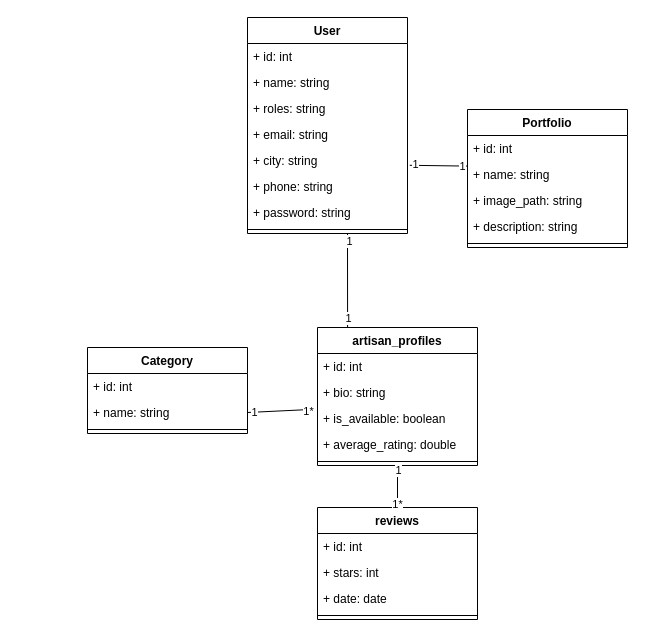
Above: diagrammes/Diagramme de classes.drawio in MohamedBoussouir/ArtisanConnect (draw.io), before the change. Source tidied: cells renumbered, new cells numbered last; positions are measured from the earlier drawing's top-left corner, leaving out a move shared by most shapes. Both pictures are drawn from the tidied source at 100%, with x=0, y=0 at pixel (87, 17).
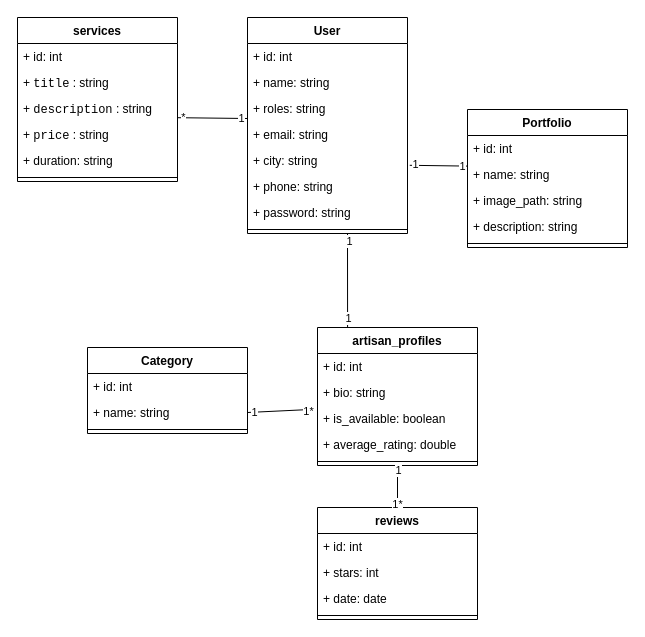
Above is the later version.

Diff of the diagram source:
```diff
@@
+    <mxCell id="44" value="services    " style="swimlane;fontStyle=1;align=center;verticalAlign=top;horizontal=1;startSize=26;whiteSpace=wrap;html=1;" parent="1" vertex="1">
+      <mxGeometry x="-70" width="160" height="164" as="geometry" />
+    </mxCell>
+    <mxCell id="45" value="+ id: int" style="text;strokeColor=none;fillColor=none;align=left;verticalAlign=top;spacingLeft=4;spacingRight=4;overflow=hidden;whiteSpace=wrap;html=1;" parent="44" vertex="1">
+      <mxGeometry y="26" width="160" height="26" as="geometry" />
+    </mxCell>
+    <mxCell id="46" value="+&amp;nbsp;&lt;code&gt;title&lt;/code&gt;&amp;nbsp;: string" style="text;strokeColor=none;fillColor=none;align=left;verticalAlign=top;spacingLeft=4;spacingRight=4;overflow=hidden;whiteSpace=wrap;html=1;" parent="44" vertex="1">
+      <mxGeometry y="52" width="160" height="26" as="geometry" />
+    </mxCell>
+    <mxCell id="47" value="+&amp;nbsp;&lt;code&gt;description&lt;/code&gt;&amp;nbsp;: string" style="text;strokeColor=none;fillColor=none;align=left;verticalAlign=top;spacingLeft=4;spacingRight=4;overflow=hidden;whiteSpace=wrap;html=1;" parent="44" vertex="1">
+      <mxGeometry y="78" width="160" height="26" as="geometry" />
+    </mxCell>
+    <mxCell id="48" value="+&amp;nbsp;&lt;code&gt;price&lt;/code&gt;&amp;nbsp;: string" style="text;strokeColor=none;fillColor=none;align=left;verticalAlign=top;spacingLeft=4;spacingRight=4;overflow=hidden;whiteSpace=wrap;html=1;" parent="44" vertex="1">
+      <mxGeometry y="104" width="160" height="26" as="geometry" />
+    </mxCell>
+    <mxCell id="49" value="+ duration: string" style="text;strokeColor=none;fillColor=none;align=left;verticalAlign=top;spacingLeft=4;spacingRight=4;overflow=hidden;whiteSpace=wrap;html=1;" parent="44" vertex="1">
+      <mxGeometry y="130" width="160" height="26" as="geometry" />
+    </mxCell>
+    <mxCell id="50" style="line;strokeWidth=1;fillColor=none;align=left;verticalAlign=middle;spacingTop=-1;spacingLeft=3;spacingRight=3;labelPosition=right;strokeColor=inherit;" parent="44" vertex="1">
+      <mxGeometry y="156" width="160" height="8" as="geometry" />
+    </mxCell>
+    <mxCell id="51" style="endArrow=none;html=1;exitX=1.014;exitY=0.685;exitDx=0;exitDy=0;exitPerimeter=0;" parent="1" edge="1">
+      <mxGeometry relative="1" as="geometry">
+        <mxPoint x="89.8" y="100.2" as="sourcePoint" />
+        <mxPoint x="160" y="101" as="targetPoint" />
+      </mxGeometry>
+    </mxCell>
+    <mxCell id="52" value="*" style="edgeLabel;html=1;align=center;verticalAlign=middle;" parent="51" vertex="1">
+      <mxGeometry x="-0.82" y="1" relative="1" as="geometry" />
+    </mxCell>
+    <mxCell id="53" value="1" style="edgeLabel;html=1;align=center;verticalAlign=middle;" parent="51" vertex="1">
+      <mxGeometry x="0.81" relative="1" as="geometry" />
+    </mxCell>
```
